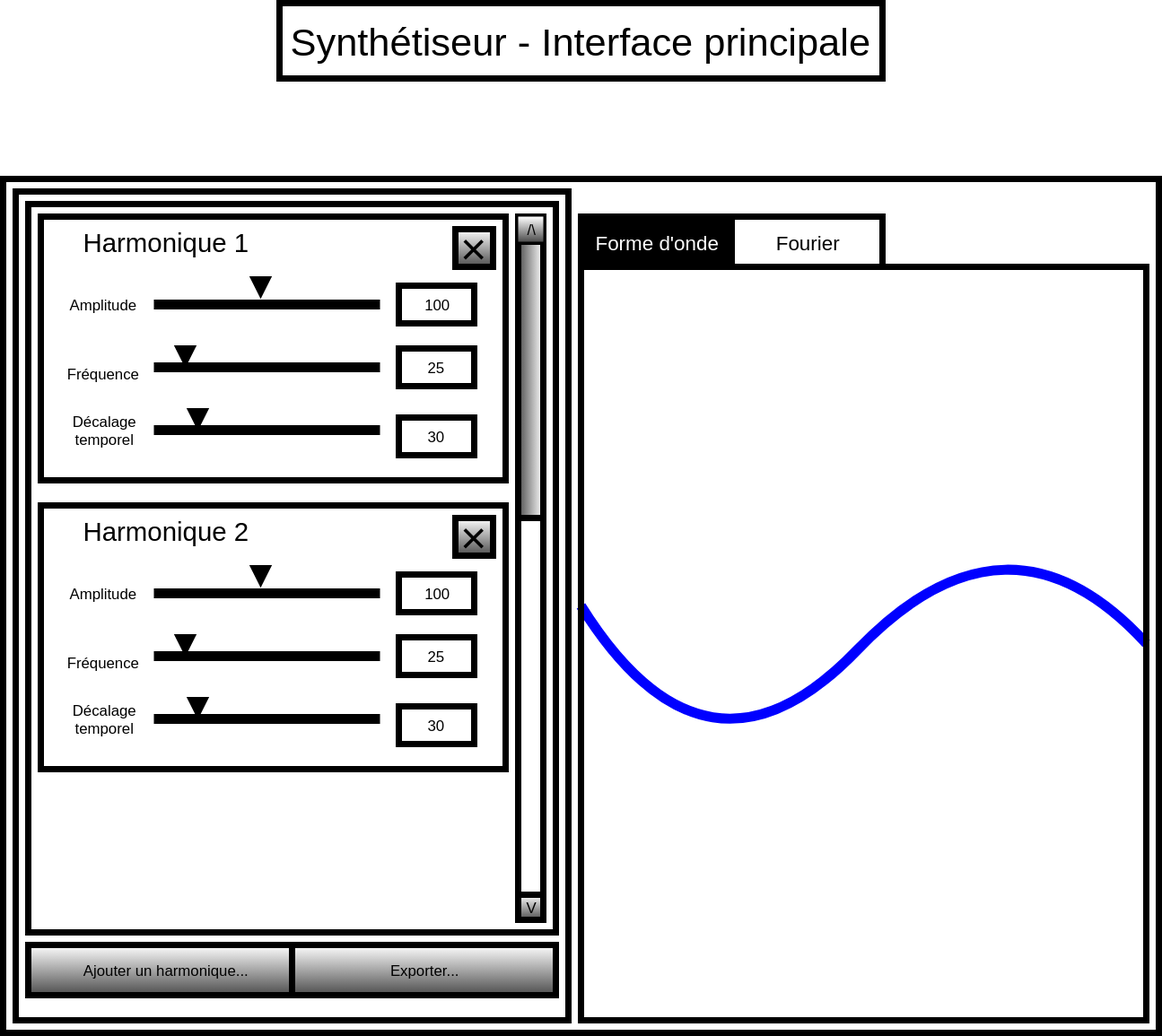
Killian2001/SyntheSon keeps this draw.io diagram as img/interface_synthe.svg. Above is the earlier version. Source tidied: cells renumbered, new cells last; positions are measured from the earlier drawing's top-left corner, leaving out a move shared by most shapes.
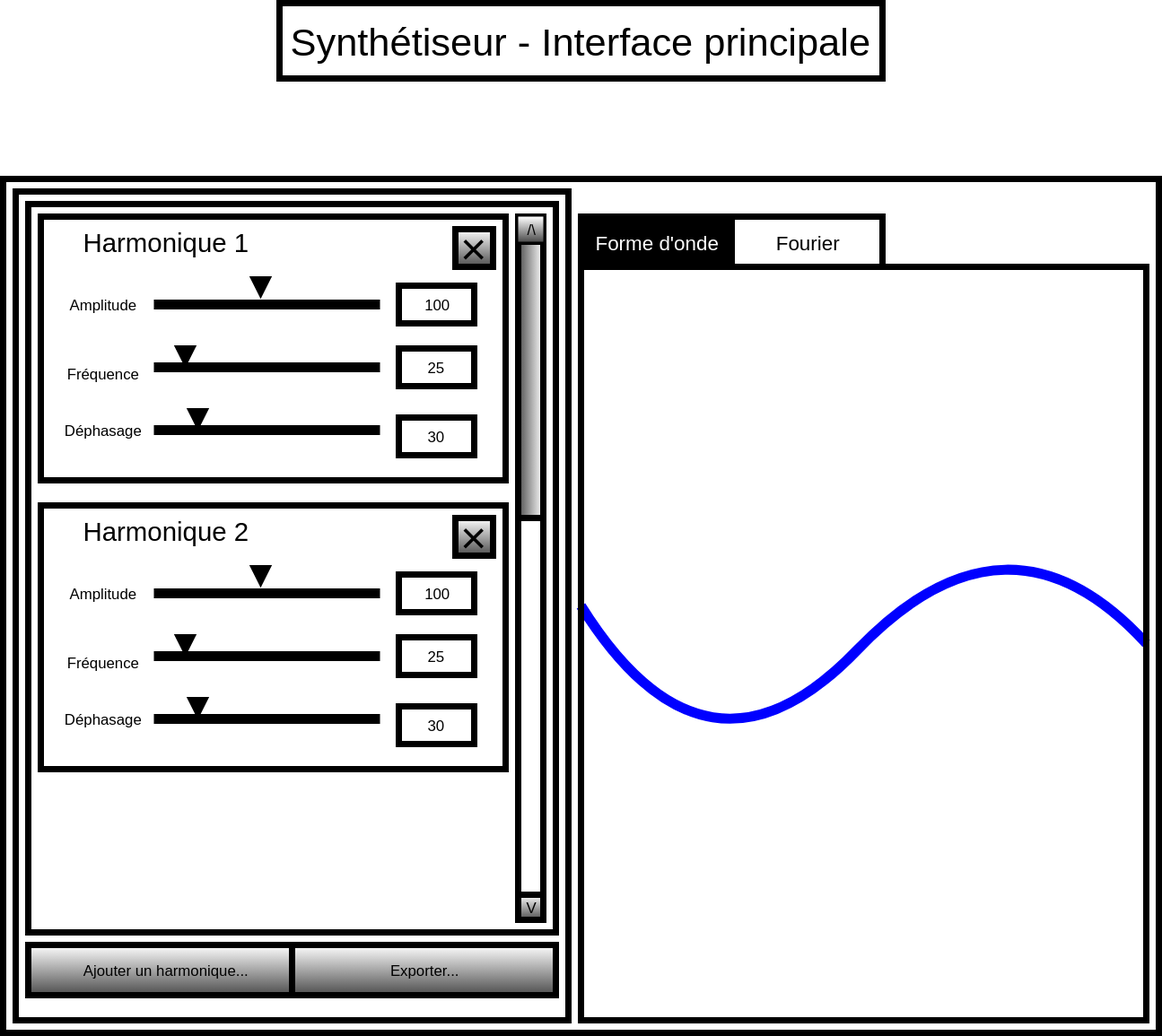
Above is the later version.

Commit message:
Rectification SVG (décalage temporel => déphasage).

The edit, as a diff of the source:
```diff
@@ -74,8 +74,8 @@
     <mxCell id="20" value="Fréquence" style="text;html=1;strokeColor=none;fillColor=none;align=center;verticalAlign=middle;whiteSpace=wrap;rounded=0;" parent="1" vertex="1">
       <mxGeometry x="60" y="285" width="40" height="20" as="geometry" />
     </mxCell>
-    <mxCell id="21" value="Décalage&lt;br&gt;temporel&lt;br&gt;" style="text;html=1;strokeColor=none;fillColor=none;align=center;verticalAlign=middle;whiteSpace=wrap;rounded=0;" parent="1" vertex="1">
-      <mxGeometry x="60" y="330" width="40" height="20" as="geometry" />
+    <mxCell id="21" value="Déphasage&lt;br&gt;" style="text;html=1;strokeColor=none;fillColor=none;align=center;verticalAlign=middle;whiteSpace=wrap;rounded=0;" parent="1" vertex="1">
+      <mxGeometry x="50" y="330" width="60" height="20" as="geometry" />
     </mxCell>
     <mxCell id="22" value="100" style="rounded=0;whiteSpace=wrap;html=1;strokeWidth=5;fillColor=none;" parent="1" vertex="1">
       <mxGeometry x="315" y="225" width="60" height="30" as="geometry" />
@@ -131,9 +131,6 @@
     <mxCell id="36" value="Fréquence" style="text;html=1;strokeColor=none;fillColor=none;align=center;verticalAlign=middle;whiteSpace=wrap;rounded=0;" parent="1" vertex="1">
       <mxGeometry x="60" y="515" width="40" height="20" as="geometry" />
     </mxCell>
-    <mxCell id="37" value="Décalage&lt;br&gt;temporel&lt;br&gt;" style="text;html=1;strokeColor=none;fillColor=none;align=center;verticalAlign=middle;whiteSpace=wrap;rounded=0;" parent="1" vertex="1">
-      <mxGeometry x="60" y="560" width="40" height="20" as="geometry" />
-    </mxCell>
     <mxCell id="38" value="100" style="rounded=0;whiteSpace=wrap;html=1;strokeWidth=5;fillColor=none;" parent="1" vertex="1">
       <mxGeometry x="315" y="455" width="60" height="30" as="geometry" />
     </mxCell>
@@ -170,5 +167,8 @@
     <mxCell id="49" value="&lt;font style=&quot;font-size: 16px&quot;&gt;Fourier&lt;/font&gt;" style="text;html=1;strokeColor=none;fillColor=none;align=center;verticalAlign=middle;whiteSpace=wrap;rounded=0;fontSize=16;fontColor=#000000;" parent="1" vertex="1">
       <mxGeometry x="585" y="180" width="110" height="20" as="geometry" />
     </mxCell>
+    <mxCell id="50" value="Déphasage&lt;br&gt;" style="text;html=1;strokeColor=none;fillColor=none;align=center;verticalAlign=middle;whiteSpace=wrap;rounded=0;" parent="1" vertex="1">
+      <mxGeometry x="50" y="560" width="60" height="20" as="geometry" />
+    </mxCell>
   </root>
 </mxGraphModel>
```
